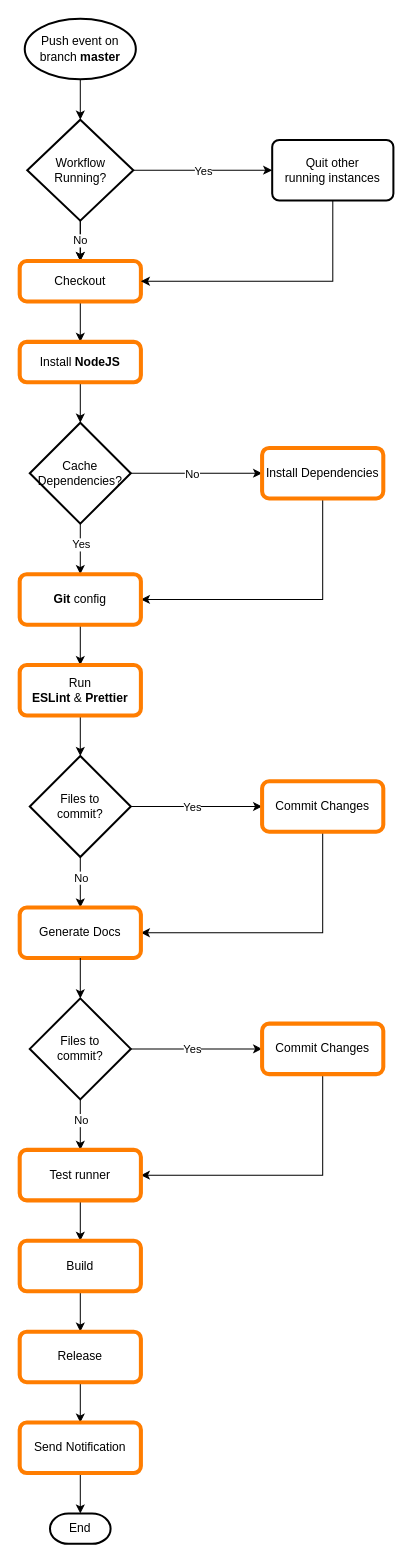
Above: assets/release-flowchart.drawio in melfore/mosaic (draw.io), before the change. Source tidied: cells renumbered, new cells numbered last; positions are measured from the earlier drawing's top-left corner, leaving out a move shared by most shapes. Both pictures are drawn from the tidied source at 101%, with x=0, y=0 at pixel (19, 18).
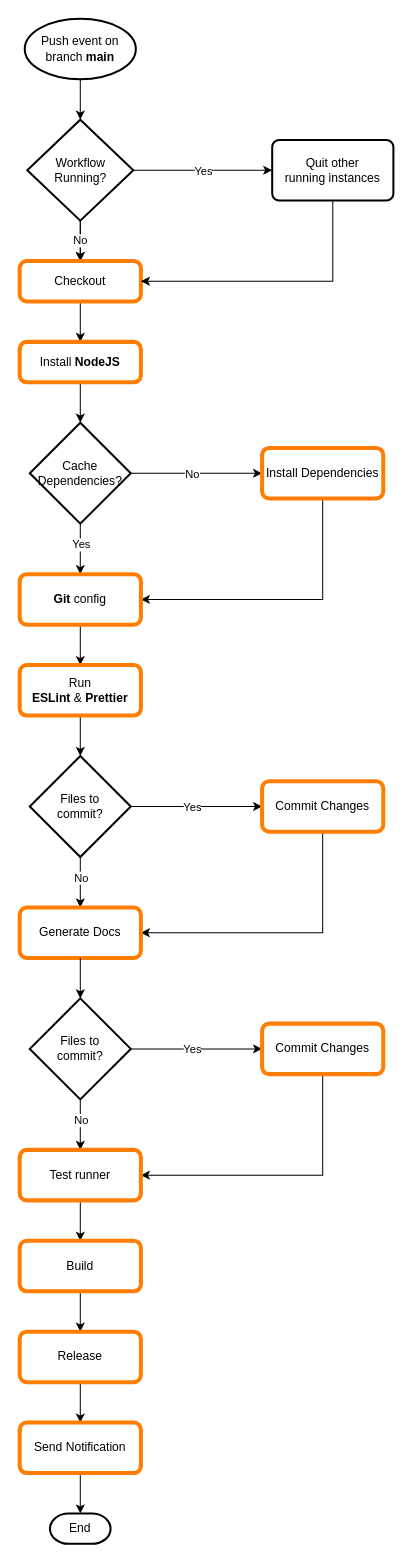
The same diagram, later.

Change to the diagram source:
```diff
@@
-    <mxCell id="10" value="Push event on branch &lt;b&gt;master&lt;/b&gt;" style="strokeWidth=2;html=1;shape=mxgraph.flowchart.start_1;whiteSpace=wrap;" parent="1" vertex="1">
+    <mxCell id="10" value="Push event on branch &lt;b&gt;main&lt;/b&gt;" style="strokeWidth=2;html=1;shape=mxgraph.flowchart.start_1;whiteSpace=wrap;" parent="1" vertex="1">
       <mxGeometry x="5" width="110" height="60" as="geometry" />
     </mxCell>
```
